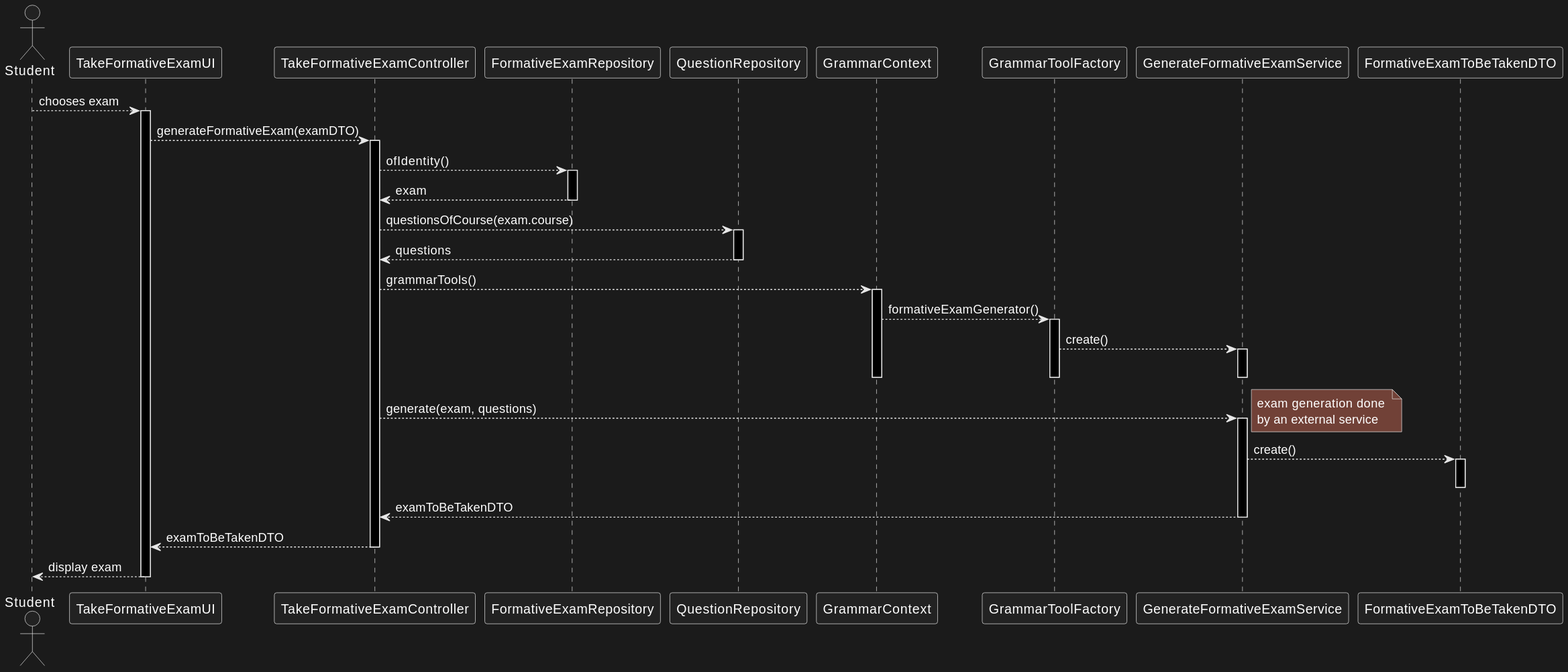
The PlantUML diagram docs/us_2009/2-fexam-to-be-taken.svg in jovami/isep-lapr4, before a commit.
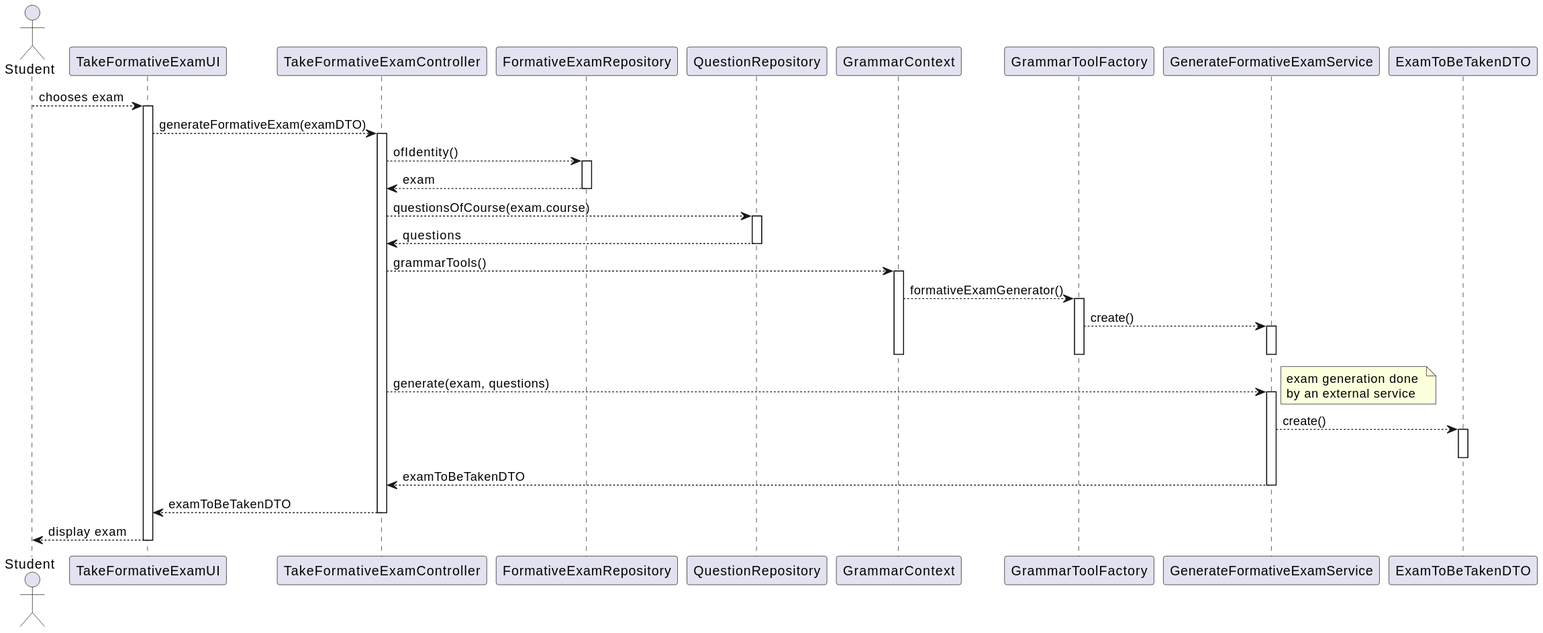
After the change.

Diff of the diagram source:
```diff
@@ -11,7 +11,7 @@
 participant GrammarToolFactory as grepo
 
 participant GenerateFormativeExamService as svc
-participant FormativeExamToBeTakenDTO as dto
+participant ExamToBeTakenDTO as dto
 
 student --> ui : chooses exam
 activate ui
```
